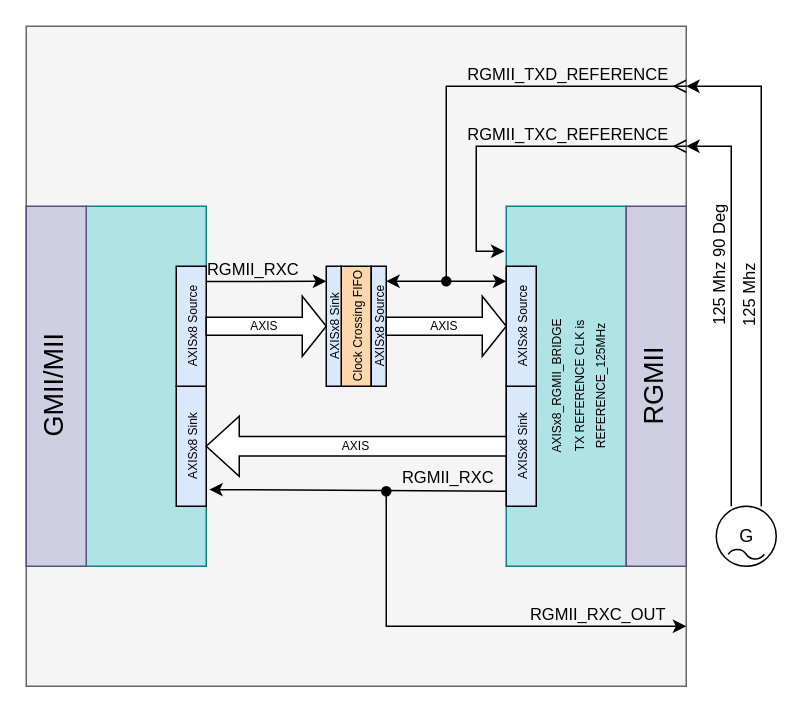
Earlier version of the draw.io diagram docs/Drawio/Example_Project_Zynq_GMII_MII_2_RGMII_Adapter_External_PLL.drawio (ikhansergio/FPGA_UDP_Offloading_Library). Source tidied: cells renumbered, new cells numbered last; positions are measured from the earlier drawing's top-left corner, leaving out a move shared by most shapes. Both pictures are drawn from the tidied source at 150%, with x=0, y=0 at pixel (-34, 26).
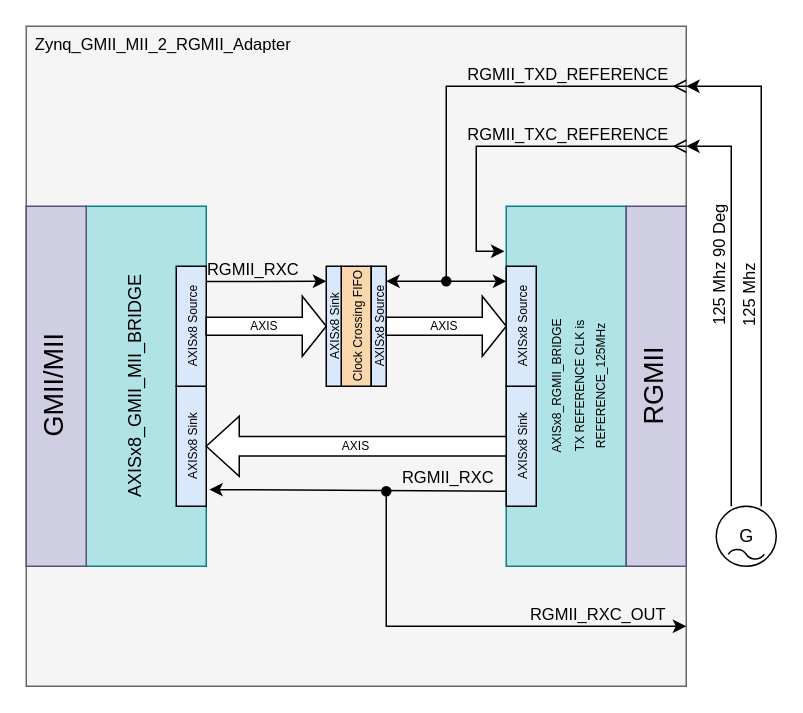
Above is the later version.

Commit message (it also covers changes not shown here):
Update Example_Project_Zynq_GMII_MII_2_RGMII_Adapte drawio

The change refers to these unchanged cells:
```xml
<mxCell id="19" style="endArrow=classic;html=1;rounded=0;exitX=1;exitY=0.4;exitDx=0;exitDy=0;exitPerimeter=0;labelPosition=center;verticalLabelPosition=top;align=center;verticalAlign=bottom;" parent="1" edge="1">
  <mxGeometry relative="1" as="geometry">
    <mxPoint x="160" y="170.2" as="sourcePoint" />
    <mxPoint x="240" y="170" as="targetPoint" />
  </mxGeometry>
</mxCell>
```

Diff of the diagram source:
```diff
@@
-    <mxCell id="4" value="&lt;div&gt;&lt;span style=&quot;background-color: transparent; font-size: 8px;&quot;&gt;&lt;br&gt;&lt;/span&gt;&lt;/div&gt;" style="rounded=0;whiteSpace=wrap;html=1;fillColor=#b0e3e6;strokeColor=#0e8088;rotation=-90;" parent="1" vertex="1">
+    <mxCell id="4" value="&lt;div&gt;&lt;div&gt;&lt;span style=&quot;background-color: transparent;&quot;&gt;AXISx8_GMII_MII_BRIDGE&lt;/span&gt;&lt;/div&gt;&lt;/div&gt;&lt;div&gt;&lt;span style=&quot;background-color: transparent;&quot;&gt;&lt;br&gt;&lt;/span&gt;&lt;/div&gt;" style="rounded=0;whiteSpace=wrap;html=1;fillColor=#b0e3e6;strokeColor=#0e8088;rotation=-90;" parent="1" vertex="1">
       <mxGeometry y="200" width="240" height="80" as="geometry" />
     </mxCell>
@@
+    <mxCell id="33" value="Zynq_GMII_MII_2_RGMII_Adapter" style="edgeLabel;html=1;align=center;verticalAlign=bottom;labelBackgroundColor=none;labelBorderColor=none;labelPosition=center;verticalLabelPosition=top;" parent="19" vertex="1">
+      <mxGeometry x="-0.69" y="-1" relative="1" as="geometry">
+        <mxPoint x="-42" y="-151" as="offset" />
+      </mxGeometry>
+    </mxCell>
```
